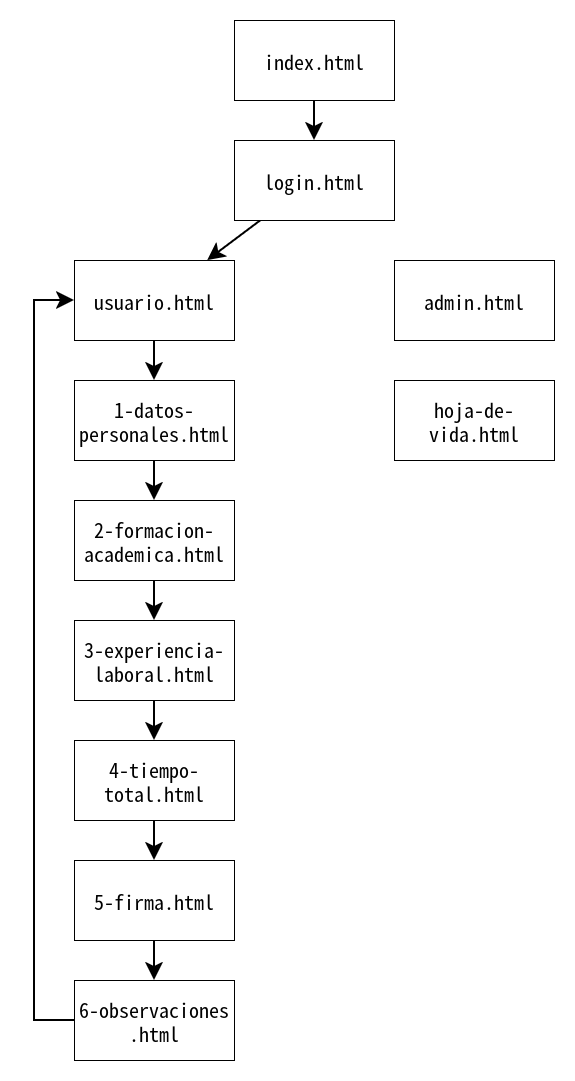
Earlier version of the draw.io export diagrams/casos-de-uso/usuario-registrar-hoja-de-vida.png (juanMolano4231/proyecto-corte02-desarrollo-web). Source tidied: cells renumbered, new cells last; positions are measured from the earlier drawing's top-left corner, leaving out a move shared by most shapes. Its diagram source:
```xml
<mxGraphModel>
  <root>
    <mxCell id="0" />
    <mxCell id="1" parent="0" />
    <mxCell id="2" style="edgeStyle=none;shape=connector;rounded=0;jettySize=auto;html=1;strokeColor=default;strokeWidth=2;align=center;verticalAlign=middle;fontFamily=Helvetica;fontSize=11;fontColor=default;labelBackgroundColor=default;endArrow=classic;endFill=1;endSize=12;" parent="1" edge="1" source="3" target="5">
      <mxGeometry relative="1" as="geometry" />
    </mxCell>
    <mxCell id="3" value="&lt;div&gt;index.html&lt;/div&gt;" style="rounded=0;whiteSpace=wrap;html=1;fontSize=20;" parent="1" vertex="1">
      <mxGeometry x="200" width="160" height="80" as="geometry" />
    </mxCell>
    <mxCell id="4" style="edgeStyle=none;shape=connector;rounded=0;jettySize=auto;html=1;strokeColor=default;strokeWidth=2;align=center;verticalAlign=middle;fontFamily=Helvetica;fontSize=11;fontColor=default;labelBackgroundColor=default;endArrow=classic;endFill=1;endSize=12;" parent="1" edge="1" source="5" target="7">
      <mxGeometry relative="1" as="geometry" />
    </mxCell>
    <mxCell id="5" value="login.html" style="rounded=0;whiteSpace=wrap;html=1;fontSize=20;" parent="1" vertex="1">
      <mxGeometry x="200" y="120" width="160" height="80" as="geometry" />
    </mxCell>
    <mxCell id="6" style="edgeStyle=none;shape=connector;rounded=0;jettySize=auto;html=1;strokeColor=default;strokeWidth=2;align=center;verticalAlign=middle;fontFamily=Helvetica;fontSize=11;fontColor=default;labelBackgroundColor=default;endArrow=classic;endFill=1;endSize=12;" parent="1" edge="1" source="7" target="9">
      <mxGeometry relative="1" as="geometry" />
    </mxCell>
    <mxCell id="7" value="usuario.html" style="rounded=0;whiteSpace=wrap;html=1;fontSize=20;" parent="1" vertex="1">
      <mxGeometry x="40" y="240" width="160" height="80" as="geometry" />
    </mxCell>
    <mxCell id="8" style="edgeStyle=none;shape=connector;rounded=0;jettySize=auto;html=1;strokeColor=default;strokeWidth=2;align=center;verticalAlign=middle;fontFamily=Helvetica;fontSize=11;fontColor=default;labelBackgroundColor=default;endArrow=classic;endFill=1;endSize=12;" parent="1" edge="1" source="9" target="11">
      <mxGeometry relative="1" as="geometry" />
    </mxCell>
    <mxCell id="9" value="1-datos-personales.html" style="rounded=0;whiteSpace=wrap;html=1;fontSize=20;" parent="1" vertex="1">
      <mxGeometry x="40" y="360" width="160" height="80" as="geometry" />
    </mxCell>
    <mxCell id="10" style="edgeStyle=none;shape=connector;rounded=0;jettySize=auto;html=1;strokeColor=default;strokeWidth=2;align=center;verticalAlign=middle;fontFamily=Helvetica;fontSize=11;fontColor=default;labelBackgroundColor=default;endArrow=classic;endFill=1;endSize=12;" parent="1" edge="1" source="11" target="13">
      <mxGeometry relative="1" as="geometry" />
    </mxCell>
    <mxCell id="11" value="2-formacion-academica.html" style="rounded=0;whiteSpace=wrap;html=1;fontSize=20;" parent="1" vertex="1">
      <mxGeometry x="40" y="480" width="160" height="80" as="geometry" />
    </mxCell>
    <mxCell id="12" style="edgeStyle=none;shape=connector;rounded=0;jettySize=auto;html=1;strokeColor=default;strokeWidth=2;align=center;verticalAlign=middle;fontFamily=Helvetica;fontSize=11;fontColor=default;labelBackgroundColor=default;endArrow=classic;endFill=1;endSize=12;" parent="1" edge="1" source="13" target="15">
      <mxGeometry relative="1" as="geometry" />
    </mxCell>
    <mxCell id="13" value="3-experiencia-laboral.html" style="rounded=0;whiteSpace=wrap;html=1;fontSize=20;" parent="1" vertex="1">
      <mxGeometry x="40" y="600" width="160" height="80" as="geometry" />
    </mxCell>
    <mxCell id="14" style="edgeStyle=none;shape=connector;rounded=0;jettySize=auto;html=1;strokeColor=default;strokeWidth=2;align=center;verticalAlign=middle;fontFamily=Helvetica;fontSize=11;fontColor=default;labelBackgroundColor=default;endArrow=classic;endFill=1;endSize=12;" parent="1" edge="1" source="15" target="17">
      <mxGeometry relative="1" as="geometry" />
    </mxCell>
    <mxCell id="15" value="4-tiempo-total.html" style="rounded=0;whiteSpace=wrap;html=1;fontSize=20;" parent="1" vertex="1">
      <mxGeometry x="40" y="720" width="160" height="80" as="geometry" />
    </mxCell>
    <mxCell id="16" style="edgeStyle=none;shape=connector;rounded=0;jettySize=auto;html=1;strokeColor=default;strokeWidth=2;align=center;verticalAlign=middle;fontFamily=Helvetica;fontSize=11;fontColor=default;labelBackgroundColor=default;endArrow=classic;endFill=1;endSize=12;" parent="1" edge="1" source="17" target="19">
      <mxGeometry relative="1" as="geometry" />
    </mxCell>
    <mxCell id="17" value="5-firma.html" style="rounded=0;whiteSpace=wrap;html=1;fontSize=20;" parent="1" vertex="1">
      <mxGeometry x="40" y="840" width="160" height="80" as="geometry" />
    </mxCell>
    <mxCell id="18" style="edgeStyle=orthogonalEdgeStyle;shape=connector;rounded=0;jettySize=auto;html=1;strokeColor=default;strokeWidth=2;align=center;verticalAlign=middle;fontFamily=Helvetica;fontSize=11;fontColor=default;labelBackgroundColor=default;endArrow=classic;endFill=1;endSize=12;" parent="1" edge="1" source="19" target="7">
      <mxGeometry relative="1" as="geometry">
        <Array as="points">
          <mxPoint y="1000" />
          <mxPoint y="280" />
        </Array>
      </mxGeometry>
    </mxCell>
    <mxCell id="19" value="&lt;div&gt;6-observaciones&lt;/div&gt;&lt;div&gt;.html&lt;/div&gt;" style="rounded=0;whiteSpace=wrap;html=1;fontSize=20;" parent="1" vertex="1">
      <mxGeometry x="40" y="960" width="160" height="80" as="geometry" />
    </mxCell>
    <mxCell id="20" value="&lt;div&gt;admin.html&lt;/div&gt;" style="rounded=0;whiteSpace=wrap;html=1;fontSize=20;" parent="1" vertex="1">
      <mxGeometry x="360" y="240" width="160" height="80" as="geometry" />
    </mxCell>
    <mxCell id="21" value="hoja-de-vida.html" style="rounded=0;whiteSpace=wrap;html=1;fontSize=20;" parent="1" vertex="1">
      <mxGeometry x="360" y="360" width="160" height="80" as="geometry" />
    </mxCell>
  </root>
</mxGraphModel>
```
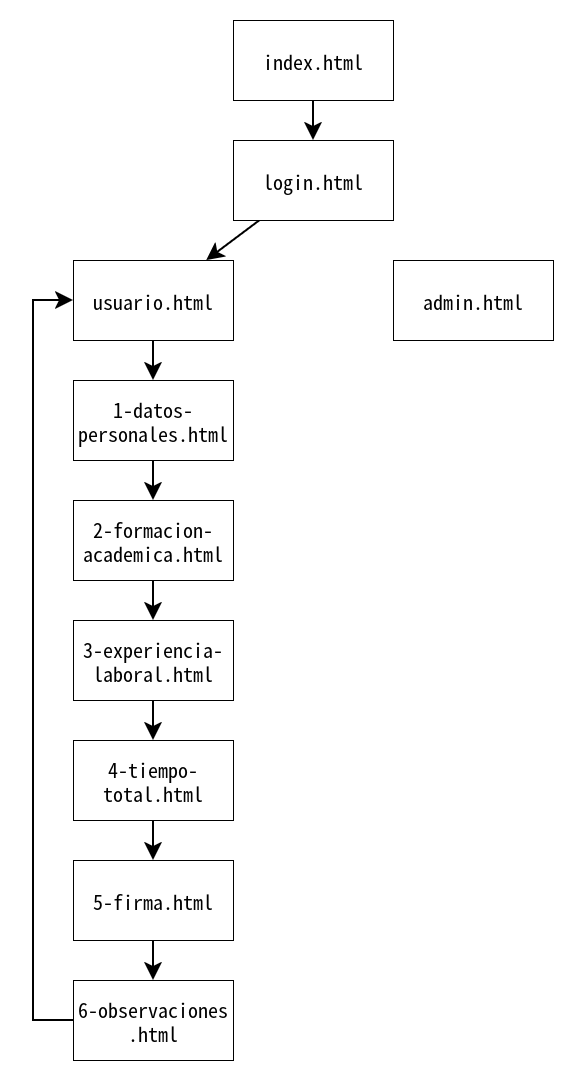
The same file after the commit.

Commit message:
Modifica diagrama del usuario

Diff of the diagram source:
```diff
@@ -64,8 +64,5 @@
     <mxCell id="20" value="&lt;div&gt;admin.html&lt;/div&gt;" style="rounded=0;whiteSpace=wrap;html=1;fontSize=20;" parent="1" vertex="1">
       <mxGeometry x="360" y="240" width="160" height="80" as="geometry" />
     </mxCell>
-    <mxCell id="21" value="hoja-de-vida.html" style="rounded=0;whiteSpace=wrap;html=1;fontSize=20;" parent="1" vertex="1">
-      <mxGeometry x="360" y="360" width="160" height="80" as="geometry" />
-    </mxCell>
   </root>
 </mxGraphModel>
```
